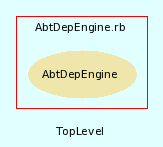
Before: src/trunk/doc/dot/f_0.png, a diagram exported from Graphviz (eschabell/abtlinux). Its source is kept beside it as src/trunk/doc/dot/f_0.dot.
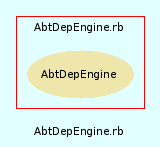
Above is the later version.

What changed in the source:
```diff
@@ -3,7 +3,7 @@
     bgcolor = lightcyan1
     fontname = Arial
     fontsize = 8
-    label = "TopLevel"
+    label = "AbtDepEngine.rb"
     node [
         fontname = Arial,
         fontsize = 8,
```
